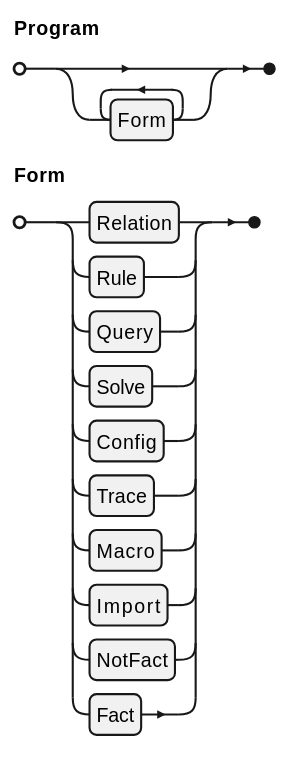
This is docs/ein/user/04-reference/diagrams/01-grammar-phrase-program.svg from agutikov/ein, a PlantUML export, as it was before one commit. Its source is kept beside it as docs/ein/user/04-reference/diagrams/01-grammar-phrase-program.puml.
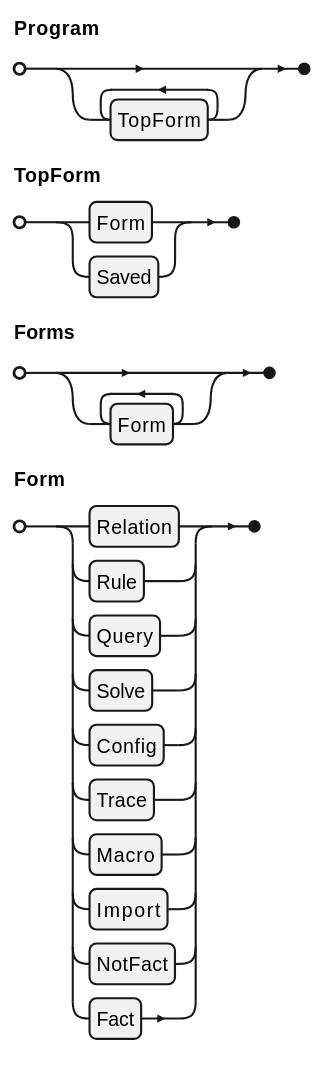
After the change.

What changed in the source:
```diff
@@ -1,4 +1,6 @@
 @startebnf
-Program = { Form } ;
+Program = { TopForm } ;
+TopForm = Form | Saved ;
+Forms = { Form } ;
 Form = Relation | Rule | Query | Solve | Config | Trace | Macro | Import | NotFact | Fact ;
 @endebnf
```
